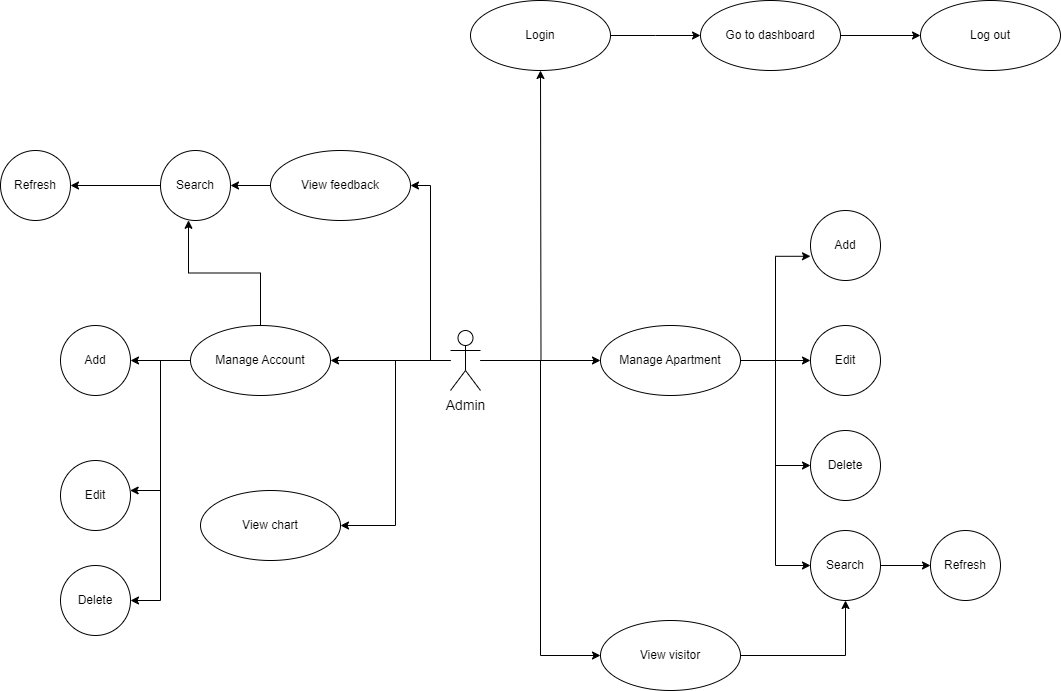
This is diagram/usecase staff-Page-2.drawio.png from duongminhthanh/app_system_management_visitor_for_old_aparment, a draw.io export, as it was before one commit. Source tidied: cells renumbered, new cells last; positions are measured from the earlier drawing's top-left corner, leaving out a move shared by most shapes.
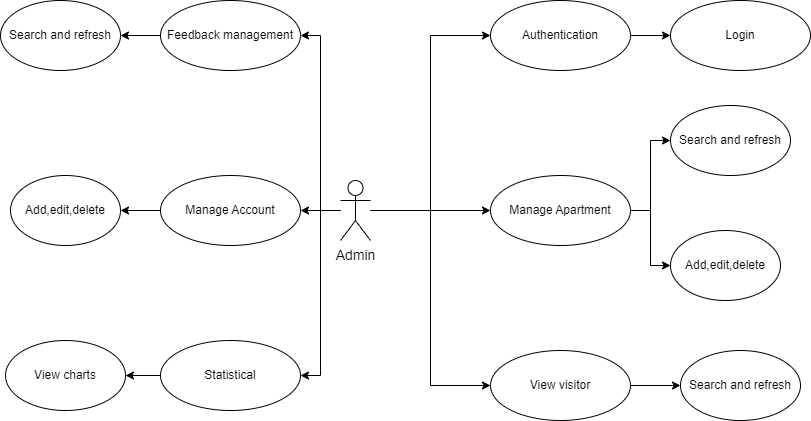
The same diagram one commit later.

What changed in the source:
```diff
@@ -8,10 +8,8 @@
     <mxCell id="3" style="edgeStyle=orthogonalEdgeStyle;rounded=0;jettySize=auto;html=1;entryX=0;entryY=0.5;entryDx=0;entryDy=0;" parent="1" edge="1" source="8" target="22">
       <mxGeometry relative="1" as="geometry" />
     </mxCell>
-    <mxCell id="4" style="edgeStyle=orthogonalEdgeStyle;rounded=0;jettySize=auto;html=1;" parent="1" edge="1" source="8">
-      <mxGeometry relative="1" as="geometry">
-        <mxPoint x="540" y="70" as="targetPoint" />
-      </mxGeometry>
+    <mxCell id="4" style="edgeStyle=orthogonalEdgeStyle;rounded=0;jettySize=auto;html=1;entryX=0;entryY=0.5;entryDx=0;entryDy=0;" parent="1" edge="1" source="8" target="25">
+      <mxGeometry relative="1" as="geometry" />
     </mxCell>
     <mxCell id="5" style="edgeStyle=orthogonalEdgeStyle;rounded=0;jettySize=auto;html=1;entryX=1;entryY=0.5;entryDx=0;entryDy=0;" parent="1" edge="1" source="8" target="20">
       <mxGeometry relative="1" as="geometry" />
@@ -25,108 +23,65 @@
     <mxCell id="8" value="Admin" style="shape=umlActor;html=1;verticalLabelPosition=bottom;verticalAlign=top;align=center;fontSize=14;" parent="1" vertex="1">
       <mxGeometry x="450" y="330" width="30" height="60" as="geometry" />
     </mxCell>
-    <mxCell id="9" style="edgeStyle=orthogonalEdgeStyle;rounded=0;jettySize=auto;html=1;entryX=0;entryY=0.654;entryDx=0;entryDy=0;entryPerimeter=0;" parent="1" edge="1" source="13" target="14">
-      <mxGeometry relative="1" as="geometry" />
-    </mxCell>
-    <mxCell id="10" style="edgeStyle=orthogonalEdgeStyle;rounded=0;jettySize=auto;html=1;" parent="1" edge="1" source="13" target="15">
-      <mxGeometry relative="1" as="geometry" />
-    </mxCell>
-    <mxCell id="11" style="edgeStyle=orthogonalEdgeStyle;rounded=0;jettySize=auto;html=1;entryX=0;entryY=0.5;entryDx=0;entryDy=0;" parent="1" edge="1" source="13" target="16">
-      <mxGeometry relative="1" as="geometry" />
-    </mxCell>
-    <mxCell id="12" style="edgeStyle=orthogonalEdgeStyle;rounded=0;jettySize=auto;html=1;entryX=0;entryY=0.5;entryDx=0;entryDy=0;" parent="1" edge="1" source="13" target="18">
-      <mxGeometry relative="1" as="geometry" />
-    </mxCell>
+    <mxCell id="41" style="edgeStyle=orthogonalEdgeStyle;rounded=0;jettySize=auto;html=1;entryX=0;entryY=0.5;entryDx=0;entryDy=0;" parent="1" edge="1" source="13" target="48">
+      <mxGeometry relative="1" as="geometry" />
+    </mxCell>
+    <mxCell id="42" style="edgeStyle=orthogonalEdgeStyle;rounded=0;jettySize=auto;html=1;entryX=0;entryY=0.5;entryDx=0;entryDy=0;" parent="1" edge="1" source="13" target="47">
+      <mxGeometry relative="1" as="geometry" />
+    </mxCell>
     <mxCell id="13" value="Manage Apartment" style="ellipse;whiteSpace=wrap;html=1;" parent="1" vertex="1">
       <mxGeometry x="600" y="325" width="140" height="70" as="geometry" />
     </mxCell>
-    <mxCell id="14" value="Add" style="ellipse;whiteSpace=wrap;html=1;" parent="1" vertex="1">
-      <mxGeometry x="810" y="210" width="70" height="70" as="geometry" />
-    </mxCell>
-    <mxCell id="15" value="Edit" style="ellipse;whiteSpace=wrap;html=1;" parent="1" vertex="1">
-      <mxGeometry x="810" y="325" width="70" height="70" as="geometry" />
-    </mxCell>
-    <mxCell id="16" value="Delete" style="ellipse;whiteSpace=wrap;html=1;" parent="1" vertex="1">
-      <mxGeometry x="810" y="430" width="70" height="70" as="geometry" />
-    </mxCell>
-    <mxCell id="17" style="edgeStyle=orthogonalEdgeStyle;rounded=0;jettySize=auto;html=1;" parent="1" edge="1" source="18" target="23">
-      <mxGeometry relative="1" as="geometry" />
-    </mxCell>
-    <mxCell id="18" value="Search" style="ellipse;whiteSpace=wrap;html=1;" parent="1" vertex="1">
-      <mxGeometry x="810" y="530" width="70" height="70" as="geometry" />
-    </mxCell>
     <mxCell id="19" style="edgeStyle=orthogonalEdgeStyle;rounded=0;jettySize=auto;html=1;entryX=1;entryY=0.5;entryDx=0;entryDy=0;" parent="1" edge="1" source="20" target="30">
       <mxGeometry relative="1" as="geometry" />
     </mxCell>
-    <mxCell id="20" value="View feedback" style="ellipse;whiteSpace=wrap;html=1;" parent="1" vertex="1">
+    <mxCell id="20" value="Feedback management" style="ellipse;whiteSpace=wrap;html=1;" parent="1" vertex="1">
       <mxGeometry x="270" y="150" width="140" height="70" as="geometry" />
     </mxCell>
-    <mxCell id="21" style="edgeStyle=orthogonalEdgeStyle;rounded=0;jettySize=auto;html=1;entryX=0.5;entryY=1;entryDx=0;entryDy=0;" parent="1" edge="1" source="22" target="18">
-      <mxGeometry relative="1" as="geometry" />
-    </mxCell>
+    <mxCell id="43" style="edgeStyle=orthogonalEdgeStyle;rounded=0;jettySize=auto;html=1;" parent="1" edge="1" source="22" target="49">
+      <mxGeometry relative="1" as="geometry" />
+    </mxCell>
     <mxCell id="22" value="View visitor" style="ellipse;whiteSpace=wrap;html=1;" parent="1" vertex="1">
-      <mxGeometry x="600" y="620" width="140" height="70" as="geometry" />
+      <mxGeometry x="600" y="500" width="140" height="70" as="geometry" />
     </mxCell>
-    <mxCell id="23" value="Refresh" style="ellipse;whiteSpace=wrap;html=1;" parent="1" vertex="1">
-      <mxGeometry x="930" y="530" width="70" height="70" as="geometry" />
-    </mxCell>
-    <mxCell id="24" style="edgeStyle=orthogonalEdgeStyle;rounded=0;jettySize=auto;html=1;" parent="1" edge="1" source="25">
-      <mxGeometry relative="1" as="geometry">
-        <mxPoint x="700" y="35" as="targetPoint" />
-      </mxGeometry>
-    </mxCell>
+    <mxCell id="44" style="edgeStyle=orthogonalEdgeStyle;rounded=0;jettySize=auto;html=1;entryX=0;entryY=0.5;entryDx=0;entryDy=0;" parent="1" edge="1" source="25" target="46">
+      <mxGeometry relative="1" as="geometry" />
+    </mxCell>
-    <mxCell id="25" value="Login" style="ellipse;whiteSpace=wrap;html=1;" parent="1" vertex="1">
-      <mxGeometry x="470" width="140" height="70" as="geometry" />
+    <mxCell id="25" value="Authentication" style="ellipse;whiteSpace=wrap;html=1;" parent="1" vertex="1">
+      <mxGeometry x="600" y="150" width="140" height="70" as="geometry" />
     </mxCell>
-    <mxCell id="26" style="edgeStyle=orthogonalEdgeStyle;rounded=0;jettySize=auto;html=1;" parent="1" edge="1" source="27" target="28">
-      <mxGeometry relative="1" as="geometry" />
-    </mxCell>
-    <mxCell id="27" value="Go to dashboard" style="ellipse;whiteSpace=wrap;html=1;" parent="1" vertex="1">
-      <mxGeometry x="700" width="140" height="70" as="geometry" />
-    </mxCell>
-    <mxCell id="28" value="Log out" style="ellipse;whiteSpace=wrap;html=1;" parent="1" vertex="1">
-      <mxGeometry x="920" width="140" height="70" as="geometry" />
-    </mxCell>
-    <mxCell id="29" style="edgeStyle=orthogonalEdgeStyle;rounded=0;jettySize=auto;html=1;" parent="1" edge="1" source="30" target="31">
-      <mxGeometry relative="1" as="geometry" />
-    </mxCell>
-    <mxCell id="30" value="Search" style="ellipse;whiteSpace=wrap;html=1;" parent="1" vertex="1">
-      <mxGeometry x="160" y="150" width="70" height="70" as="geometry" />
+    <mxCell id="30" value="Search and refresh" style="ellipse;whiteSpace=wrap;html=1;" parent="1" vertex="1">
+      <mxGeometry x="110" y="150" width="120" height="70" as="geometry" />
     </mxCell>
-    <mxCell id="31" value="Refresh" style="ellipse;whiteSpace=wrap;html=1;" parent="1" vertex="1">
-      <mxGeometry y="150" width="70" height="70" as="geometry" />
-    </mxCell>
-    <mxCell id="32" style="edgeStyle=orthogonalEdgeStyle;rounded=0;jettySize=auto;html=1;entryX=0.4;entryY=0.997;entryDx=0;entryDy=0;entryPerimeter=0;" parent="1" edge="1" source="36" target="30">
-      <mxGeometry relative="1" as="geometry" />
-    </mxCell>
     <mxCell id="33" style="edgeStyle=orthogonalEdgeStyle;rounded=0;jettySize=auto;html=1;" parent="1" edge="1" source="36" target="37">
       <mxGeometry relative="1" as="geometry" />
     </mxCell>
-    <mxCell id="34" style="edgeStyle=orthogonalEdgeStyle;rounded=0;jettySize=auto;html=1;" parent="1" edge="1" source="36" target="38">
-      <mxGeometry relative="1" as="geometry">
-        <Array as="points">
-          <mxPoint x="160" y="360" />
-          <mxPoint x="160" y="490" />
-        </Array>
-      </mxGeometry>
-    </mxCell>
-    <mxCell id="35" style="edgeStyle=orthogonalEdgeStyle;rounded=0;jettySize=auto;html=1;entryX=1;entryY=0.5;entryDx=0;entryDy=0;" parent="1" edge="1" source="36" target="39">
-      <mxGeometry relative="1" as="geometry" />
-    </mxCell>
     <mxCell id="36" value="Manage Account" style="ellipse;whiteSpace=wrap;html=1;" parent="1" vertex="1">
-      <mxGeometry x="190" y="325" width="140" height="70" as="geometry" />
+      <mxGeometry x="270" y="325" width="140" height="70" as="geometry" />
     </mxCell>
-    <mxCell id="37" value="Add" style="ellipse;whiteSpace=wrap;html=1;" parent="1" vertex="1">
-      <mxGeometry x="60" y="325" width="70" height="70" as="geometry" />
+    <mxCell id="37" value="Add,edit,delete" style="ellipse;whiteSpace=wrap;html=1;" parent="1" vertex="1">
+      <mxGeometry x="120" y="325" width="110" height="70" as="geometry" />
     </mxCell>
-    <mxCell id="38" value="Edit" style="ellipse;whiteSpace=wrap;html=1;" parent="1" vertex="1">
-      <mxGeometry x="60" y="460" width="70" height="70" as="geometry" />
-    </mxCell>
-    <mxCell id="39" value="Delete" style="ellipse;whiteSpace=wrap;html=1;" parent="1" vertex="1">
-      <mxGeometry x="60" y="565" width="70" height="70" as="geometry" />
-    </mxCell>
+    <mxCell id="45" style="edgeStyle=orthogonalEdgeStyle;rounded=0;jettySize=auto;html=1;entryX=1;entryY=0.5;entryDx=0;entryDy=0;" parent="1" edge="1" source="40" target="50">
+      <mxGeometry relative="1" as="geometry" />
+    </mxCell>
-    <mxCell id="40" value="View chart" style="ellipse;whiteSpace=wrap;html=1;" parent="1" vertex="1">
-      <mxGeometry x="200" y="490" width="140" height="70" as="geometry" />
+    <mxCell id="40" value="Statistical" style="ellipse;whiteSpace=wrap;html=1;" parent="1" vertex="1">
+      <mxGeometry x="270" y="490" width="140" height="70" as="geometry" />
     </mxCell>
+    <mxCell id="46" value="Login" style="ellipse;whiteSpace=wrap;html=1;" parent="1" vertex="1">
+      <mxGeometry x="780" y="150" width="140" height="70" as="geometry" />
+    </mxCell>
+    <mxCell id="47" value="Add,edit,delete" style="ellipse;whiteSpace=wrap;html=1;" parent="1" vertex="1">
+      <mxGeometry x="780" y="380" width="110" height="70" as="geometry" />
+    </mxCell>
+    <mxCell id="48" value="Search and refresh" style="ellipse;whiteSpace=wrap;html=1;" parent="1" vertex="1">
+      <mxGeometry x="780" y="255" width="120" height="70" as="geometry" />
+    </mxCell>
+    <mxCell id="49" value="Search and refresh" style="ellipse;whiteSpace=wrap;html=1;" parent="1" vertex="1">
+      <mxGeometry x="790" y="500" width="120" height="70" as="geometry" />
+    </mxCell>
+    <mxCell id="50" value="View charts" style="ellipse;whiteSpace=wrap;html=1;" parent="1" vertex="1">
+      <mxGeometry x="115" y="490" width="120" height="70" as="geometry" />
+    </mxCell>
   </root>
 </mxGraphModel>
```
